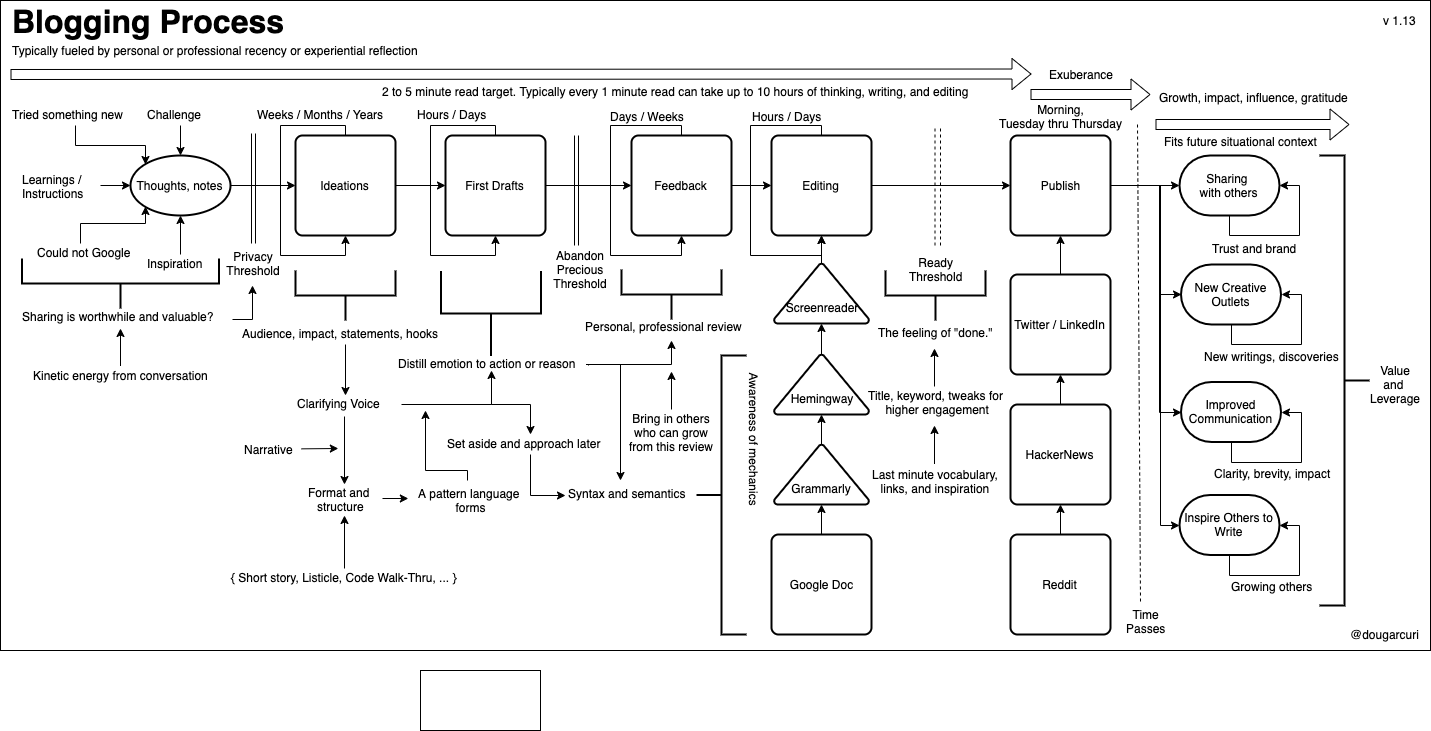
Before: mentoring/diagrams/blogging-process.png, a diagram exported from draw.io (solidi/learning-notes). Source tidied: cells renumbered, new cells last; positions are measured from the earlier drawing's top-left corner, leaving out a move shared by most shapes.
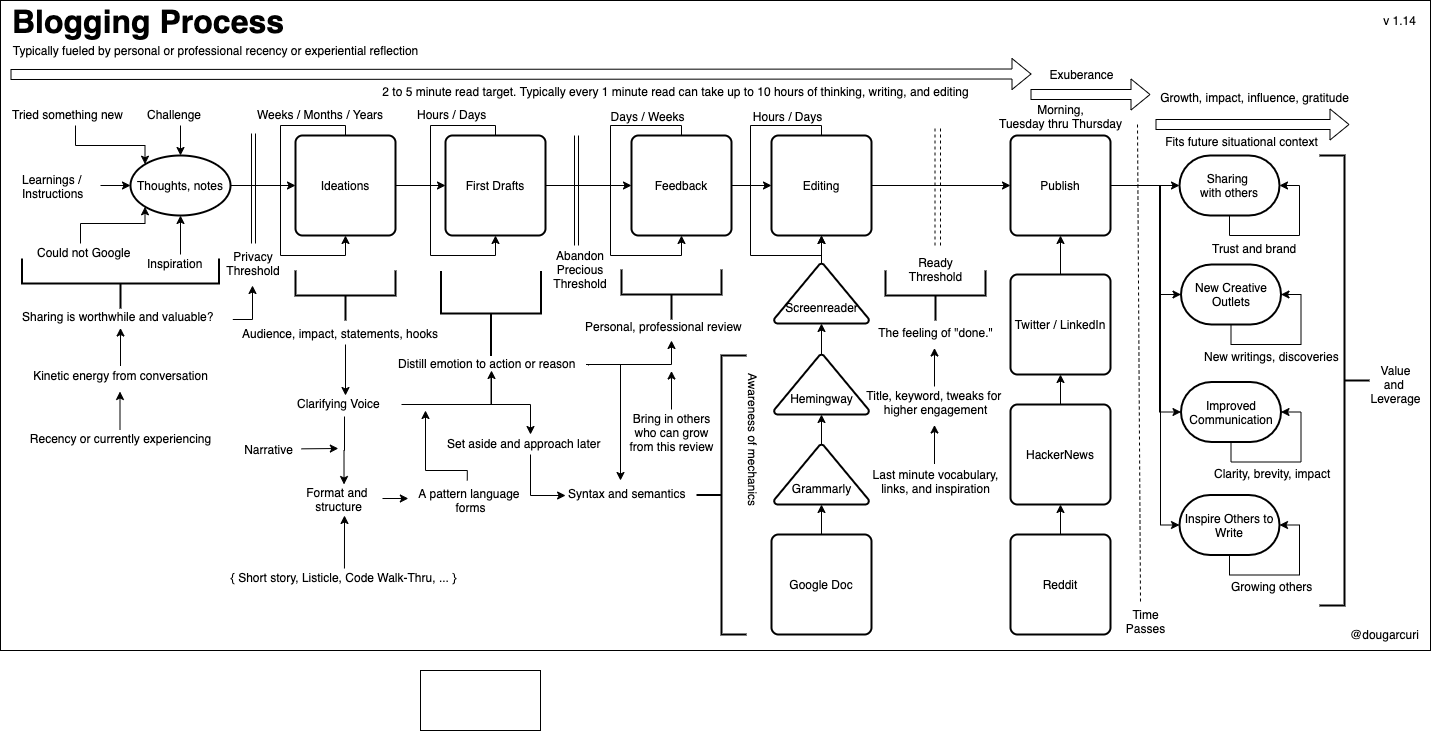
After the change.

Commit message:
Add recency to blogging diagram

Change to the diagram source:
```diff
@@ -491,7 +491,7 @@
         <mxPoint x="120" y="327.5" as="targetPoint" />
       </mxGeometry>
     </mxCell>
-    <mxCell id="122" value="v 1.13" style="text;html=1;align=center;verticalAlign=middle;" parent="1" vertex="1">
+    <mxCell id="122" value="v 1.14" style="text;html=1;align=center;verticalAlign=middle;" parent="1" vertex="1">
       <mxGeometry x="1374" y="10" width="50" height="20" as="geometry" />
     </mxCell>
     <mxCell id="123" style="rounded=0;whiteSpace=wrap;html=1;fillColor=none;align=center;" parent="1" vertex="1">
@@ -500,5 +500,14 @@
     <mxCell id="124" value="Morning,&lt;br&gt;Tuesday thru Thursday" style="text;html=1;align=center;verticalAlign=top;spacingTop=-4;" parent="1" vertex="1">
       <mxGeometry x="990" y="100" width="140" height="30" as="geometry" />
     </mxCell>
+    <mxCell id="125" value="Recency or currently experiencing" style="text;html=1;align=center;verticalAlign=top;spacingTop=-4;" parent="1" vertex="1">
+      <mxGeometry x="20" y="429" width="200" height="20" as="geometry" />
+    </mxCell>
+    <mxCell id="126" style="edgeStyle=orthogonalEdgeStyle;rounded=0;orthogonalLoop=1;jettySize=auto;html=1;exitX=0.5;exitY=0;exitDx=0;exitDy=0;entryX=0.5;entryY=1;entryDx=0;entryDy=0;" parent="1" edge="1">
+      <mxGeometry relative="1" as="geometry">
+        <mxPoint x="119.5" y="429" as="sourcePoint" />
+        <mxPoint x="119.5" y="391" as="targetPoint" />
+      </mxGeometry>
+    </mxCell>
   </root>
 </mxGraphModel>
```
